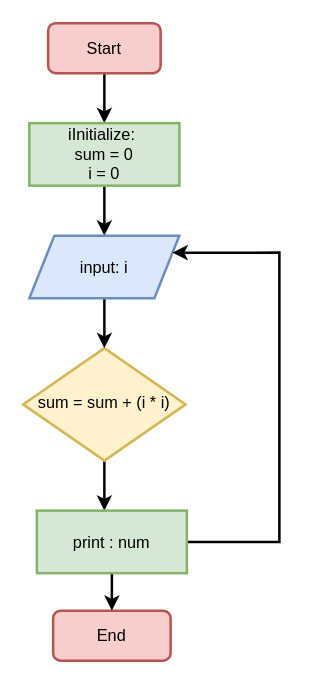
The draw.io diagram alx-flowchart.drawio in fasil712/UML_Diagram_Design, before the edit. Source tidied: cells renumbered, new cells numbered last; positions are measured from the earlier drawing's top-left corner, leaving out a move shared by most shapes. Both pictures are drawn from the tidied source at 125%, with x=0, y=0 at pixel (22, 22).
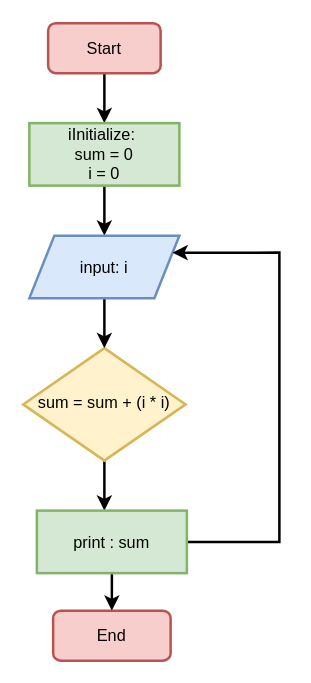
Above is the later version.

Change to the diagram source:
```diff
@@
 <mxGraphModel>
   <root>
     <mxCell id="0" />
     <mxCell id="1" parent="0" />
     <mxCell id="2" style="edgeStyle=orthogonalEdgeStyle;rounded=0;jettySize=auto;html=1;entryX=0.5;entryY=0;entryDx=0;entryDy=0;fontSize=13;strokeWidth=2;" parent="1" edge="1" source="3" target="8">
       <mxGeometry relative="1" as="geometry" />
     </mxCell>
     <mxCell id="3" value="Start" style="rounded=1;whiteSpace=wrap;html=1;fontSize=13;glass=0;strokeWidth=2;shadow=0;fillColor=#f8cecc;strokeColor=#b85450;" parent="1" vertex="1">
       <mxGeometry x="20" width="90" height="40" as="geometry" />
     </mxCell>
     <mxCell id="4" style="edgeStyle=orthogonalEdgeStyle;rounded=0;jettySize=auto;html=1;entryX=0.45;entryY=0;entryDx=0;entryDy=0;entryPerimeter=0;fontSize=13;strokeWidth=2;" parent="1" edge="1" source="5" target="13">
       <mxGeometry relative="1" as="geometry" />
     </mxCell>
     <mxCell id="5" value="sum = sum + (i * i)" style="rhombus;whiteSpace=wrap;html=1;shadow=0;fontFamily=Helvetica;fontSize=13;align=center;strokeWidth=2;spacing=6;spacingTop=-4;fillColor=#fff2cc;strokeColor=#d6b656;" parent="1" vertex="1">
       <mxGeometry y="260" width="130" height="90" as="geometry" />
     </mxCell>
     <mxCell id="6" value="End" style="rounded=1;whiteSpace=wrap;html=1;fontSize=13;glass=0;strokeWidth=2;shadow=0;fillColor=#f8cecc;strokeColor=#b85450;" parent="1" vertex="1">
       <mxGeometry x="24" y="470" width="94" height="40" as="geometry" />
     </mxCell>
     <mxCell id="7" style="edgeStyle=orthogonalEdgeStyle;rounded=0;jettySize=auto;html=1;entryX=0.5;entryY=0;entryDx=0;entryDy=0;fontSize=13;strokeWidth=2;" parent="1" edge="1" source="8" target="10">
       <mxGeometry relative="1" as="geometry" />
     </mxCell>
     <mxCell id="8" value="iInitialize:&amp;nbsp;&lt;br style=&quot;font-size: 13px;&quot;&gt;sum = 0&lt;br style=&quot;font-size: 13px;&quot;&gt;i = 0" style="rounded=0;whiteSpace=wrap;html=1;fillColor=#d5e8d4;strokeColor=#82b366;fontSize=13;strokeWidth=2;" parent="1" vertex="1">
       <mxGeometry x="5" y="80" width="120" height="50" as="geometry" />
     </mxCell>
     <mxCell id="9" style="edgeStyle=orthogonalEdgeStyle;rounded=0;jettySize=auto;html=1;entryX=0.5;entryY=0;entryDx=0;entryDy=0;fontSize=13;strokeWidth=2;" parent="1" edge="1" source="10" target="5">
       <mxGeometry relative="1" as="geometry" />
     </mxCell>
     <mxCell id="10" value="input: i" style="shape=parallelogram;perimeter=parallelogramPerimeter;whiteSpace=wrap;html=1;fixedSize=1;fillColor=#dae8fc;strokeColor=#6c8ebf;fontSize=13;strokeWidth=2;" parent="1" vertex="1">
       <mxGeometry x="5" y="170" width="120" height="50" as="geometry" />
     </mxCell>
     <mxCell id="11" style="edgeStyle=orthogonalEdgeStyle;rounded=0;jettySize=auto;html=1;entryX=0.5;entryY=0;entryDx=0;entryDy=0;fontSize=13;strokeWidth=2;" parent="1" edge="1" source="13" target="6">
       <mxGeometry relative="1" as="geometry" />
     </mxCell>
     <mxCell id="12" style="edgeStyle=orthogonalEdgeStyle;rounded=0;jettySize=auto;html=1;entryX=1;entryY=0.25;entryDx=0;entryDy=0;fontSize=13;strokeWidth=2;" parent="1" edge="1" source="13" target="10">
       <mxGeometry relative="1" as="geometry">
         <Array as="points">
           <mxPoint x="205" y="415" />
           <mxPoint x="205" y="184" />
         </Array>
       </mxGeometry>
     </mxCell>
-    <mxCell id="13" value="print : num" style="rounded=0;whiteSpace=wrap;html=1;fillColor=#d5e8d4;strokeColor=#82b366;fontSize=13;strokeWidth=2;" parent="1" vertex="1">
+    <mxCell id="13" value="print : sum" style="rounded=0;whiteSpace=wrap;html=1;fillColor=#d5e8d4;strokeColor=#82b366;fontSize=13;strokeWidth=2;" parent="1" vertex="1">
       <mxGeometry x="11" y="390" width="120" height="50" as="geometry" />
     </mxCell>
   </root>
 </mxGraphModel>
```
